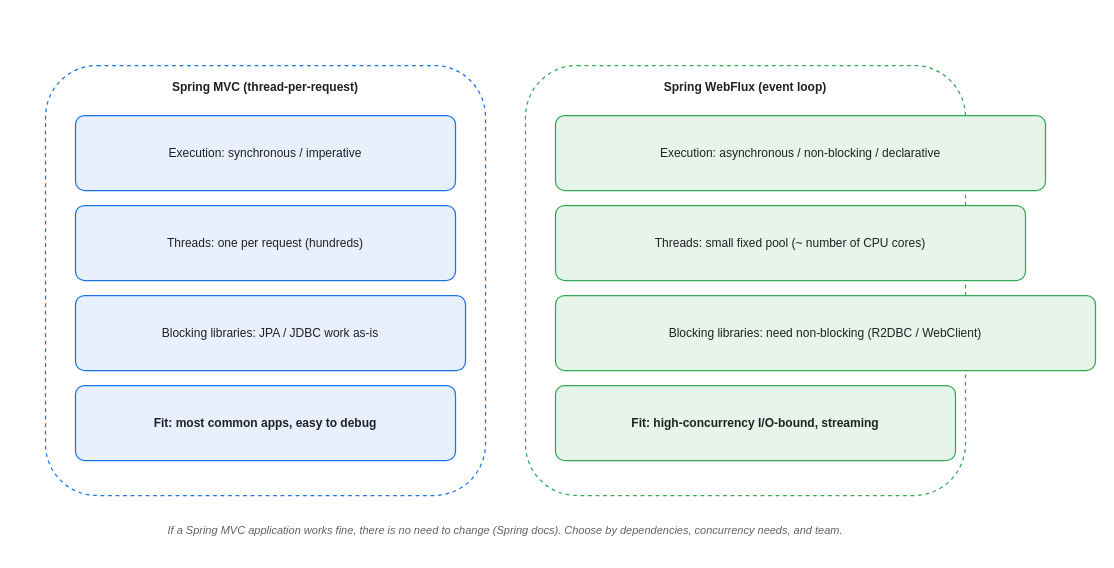
KKamJi98/kkamji98.github.io keeps this draw.io diagram as assets/img/spring/spring-13-mvc-vs-webflux.drawio. Above is the earlier version. Source tidied: cells renumbered, new cells numbered last; positions are measured from the earlier drawing's top-left corner, leaving out a move shared by most shapes. Both pictures are drawn from the tidied source at 100%, with x=0, y=0 at pixel (45, 65).
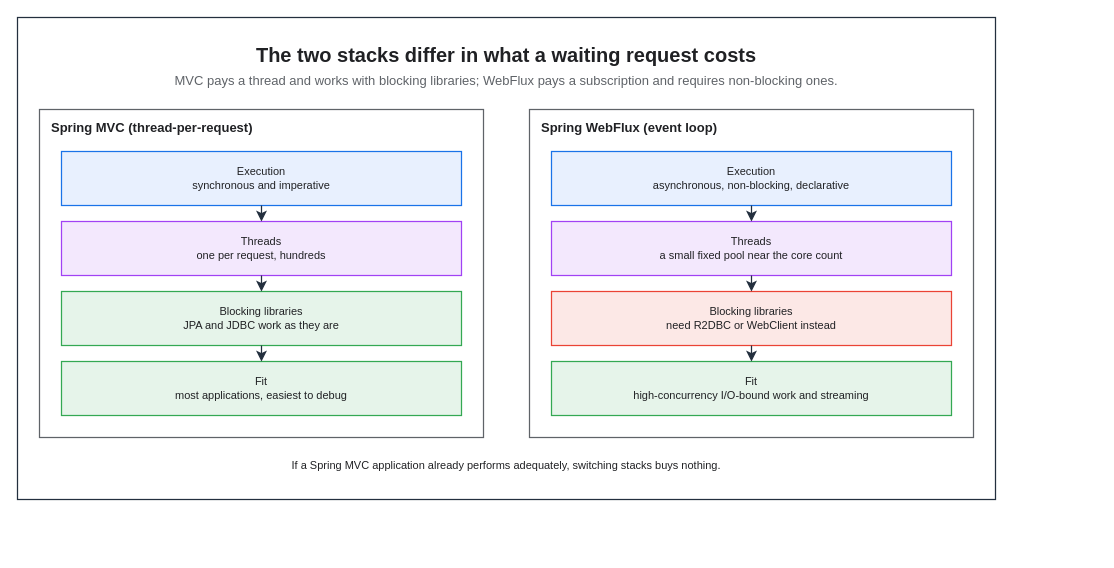
After the change.

The edit, as a diff of the source:
```diff
@@
+    <mxCell id="13" style="rounded=0;html=0;fillColor=none;strokeColor=#232F3E;fontColor=#202124;strokeWidth=1.25;" parent="1" vertex="1">
+      <mxGeometry x="-28" y="-48" width="978" height="482" as="geometry" />
+    </mxCell>
+    <mxCell id="14" value="The two stacks differ in what a waiting request costs" style="text;html=0;whiteSpace=wrap;fillColor=none;strokeColor=none;fontColor=#202124;fontSize=20;fontStyle=1;align=center;verticalAlign=middle;" parent="1" vertex="1">
+      <mxGeometry x="-6" y="-26" width="934" height="30" as="geometry" />
+    </mxCell>
+    <mxCell id="15" value="MVC pays a thread and works with blocking libraries; WebFlux pays a subscription and requires non-blocking ones." style="text;html=0;whiteSpace=wrap;fillColor=none;strokeColor=none;fontColor=#5F6368;fontSize=13;fontStyle=0;align=center;verticalAlign=middle;" parent="1" vertex="1">
+      <mxGeometry x="-6" y="4" width="934" height="22" as="geometry" />
+    </mxCell>
-    <mxCell id="2" value="Spring MVC (thread-per-request)" style="rounded=1;whiteSpace=wrap;html=0;arcSize=12;shadow=0;fillColor=#FFFFFF;strokeColor=#1A73E8;fontColor=#202124;fontStyle=1;verticalAlign=top;align=center;dashed=1;spacingTop=8;strokeWidth=1.25;" parent="1" vertex="1">
-      <mxGeometry width="440" height="430" as="geometry" />
+    <mxCell id="2" value="Spring MVC (thread-per-request)" style="rounded=0;whiteSpace=wrap;html=0;fillColor=none;strokeColor=#5F6368;fontColor=#202124;fontSize=13;fontStyle=1;align=left;verticalAlign=top;spacingLeft=10;spacingTop=4;strokeWidth=1.25;dashed=0;" parent="1" vertex="1">
+      <mxGeometry x="-6" y="44" width="444" height="328" as="geometry" />
     </mxCell>
+    <mxCell id="7" value="Spring WebFlux (event loop)" style="rounded=0;whiteSpace=wrap;html=0;fillColor=none;strokeColor=#5F6368;fontColor=#202124;fontSize=13;fontStyle=1;align=left;verticalAlign=top;spacingLeft=10;spacingTop=4;strokeWidth=1.25;dashed=0;" parent="1" vertex="1">
+      <mxGeometry x="484" y="44" width="444" height="328" as="geometry" />
+    </mxCell>
-    <mxCell id="3" value="Execution: synchronous / imperative" style="rounded=1;whiteSpace=wrap;html=0;arcSize=12;shadow=0;fillColor=#E8F0FE;strokeColor=#1A73E8;fontColor=#202124;strokeWidth=1.25;" parent="1" vertex="1">
-      <mxGeometry x="30" y="50" width="380" height="75" as="geometry" />
+    <mxCell id="3" value="Execution&#10;synchronous and imperative" style="rounded=0;whiteSpace=wrap;html=0;fillColor=#E8F0FE;strokeColor=#1A73E8;fontColor=#202124;fontSize=11;fontStyle=0;align=center;verticalAlign=middle;spacingLeft=6;spacingRight=6;strokeWidth=1.25;" parent="1" vertex="1">
+      <mxGeometry x="16" y="86" width="400" height="54" as="geometry" />
     </mxCell>
-    <mxCell id="4" value="Threads: one per request (hundreds)" style="rounded=1;whiteSpace=wrap;html=0;arcSize=12;shadow=0;fillColor=#E8F0FE;strokeColor=#1A73E8;fontColor=#202124;strokeWidth=1.25;" parent="1" vertex="1">
-      <mxGeometry x="30" y="140" width="380" height="75" as="geometry" />
+    <mxCell id="4" value="Threads&#10;one per request, hundreds" style="rounded=0;whiteSpace=wrap;html=0;fillColor=#F3E8FD;strokeColor=#A142F4;fontColor=#202124;fontSize=11;fontStyle=0;align=center;verticalAlign=middle;spacingLeft=6;spacingRight=6;strokeWidth=1.25;" parent="1" vertex="1">
+      <mxGeometry x="16" y="156" width="400" height="54" as="geometry" />
     </mxCell>
-    <mxCell id="5" value="Blocking libraries: JPA / JDBC work as-is" style="rounded=1;whiteSpace=wrap;html=0;arcSize=12;shadow=0;fillColor=#E8F0FE;strokeColor=#1A73E8;fontColor=#202124;strokeWidth=1.25;" parent="1" vertex="1">
-      <mxGeometry x="30" y="230" width="390" height="75" as="geometry" />
+    <mxCell id="5" value="Blocking libraries&#10;JPA and JDBC work as they are" style="rounded=0;whiteSpace=wrap;html=0;fillColor=#E6F4EA;strokeColor=#34A853;fontColor=#202124;fontSize=11;fontStyle=0;align=center;verticalAlign=middle;spacingLeft=6;spacingRight=6;strokeWidth=1.25;" parent="1" vertex="1">
+      <mxGeometry x="16" y="226" width="400" height="54" as="geometry" />
     </mxCell>
-    <mxCell id="6" value="Fit: most common apps, easy to debug" style="rounded=1;whiteSpace=wrap;html=0;arcSize=12;shadow=0;fillColor=#E8F0FE;strokeColor=#1A73E8;fontColor=#202124;fontStyle=1;strokeWidth=1.25;" parent="1" vertex="1">
-      <mxGeometry x="30" y="320" width="380" height="75" as="geometry" />
+    <mxCell id="6" value="Fit&#10;most applications, easiest to debug" style="rounded=0;whiteSpace=wrap;html=0;fillColor=#E6F4EA;strokeColor=#34A853;fontColor=#202124;fontSize=11;fontStyle=0;align=center;verticalAlign=middle;spacingLeft=6;spacingRight=6;strokeWidth=1.25;" parent="1" vertex="1">
+      <mxGeometry x="16" y="296" width="400" height="54" as="geometry" />
     </mxCell>
-    <mxCell id="7" value="Spring WebFlux (event loop)" style="rounded=1;whiteSpace=wrap;html=0;arcSize=12;shadow=0;fillColor=#FFFFFF;strokeColor=#34A853;fontColor=#202124;fontStyle=1;verticalAlign=top;align=center;dashed=1;spacingTop=8;strokeWidth=1.25;" parent="1" vertex="1">
-      <mxGeometry x="480" width="440" height="430" as="geometry" />
-    </mxCell>
-    <mxCell id="8" value="Execution: asynchronous / non-blocking / declarative" style="rounded=1;whiteSpace=wrap;html=0;arcSize=12;shadow=0;fillColor=#E6F4EA;strokeColor=#34A853;fontColor=#202124;strokeWidth=1.25;" parent="1" vertex="1">
-      <mxGeometry x="510" y="50" width="490" height="75" as="geometry" />
+    <mxCell id="8" value="Execution&#10;asynchronous, non-blocking, declarative" style="rounded=0;whiteSpace=wrap;html=0;fillColor=#E8F0FE;strokeColor=#1A73E8;fontColor=#202124;fontSize=11;fontStyle=0;align=center;verticalAlign=middle;spacingLeft=6;spacingRight=6;strokeWidth=1.25;" parent="1" vertex="1">
+      <mxGeometry x="506" y="86" width="400" height="54" as="geometry" />
     </mxCell>
-    <mxCell id="9" value="Threads: small fixed pool (~ number of CPU cores)" style="rounded=1;whiteSpace=wrap;html=0;arcSize=12;shadow=0;fillColor=#E6F4EA;strokeColor=#34A853;fontColor=#202124;strokeWidth=1.25;" parent="1" vertex="1">
-      <mxGeometry x="510" y="140" width="470" height="75" as="geometry" />
+    <mxCell id="9" value="Threads&#10;a small fixed pool near the core count" style="rounded=0;whiteSpace=wrap;html=0;fillColor=#F3E8FD;strokeColor=#A142F4;fontColor=#202124;fontSize=11;fontStyle=0;align=center;verticalAlign=middle;spacingLeft=6;spacingRight=6;strokeWidth=1.25;" parent="1" vertex="1">
+      <mxGeometry x="506" y="156" width="400" height="54" as="geometry" />
     </mxCell>
-    <mxCell id="10" value="Blocking libraries: need non-blocking (R2DBC / WebClient)" style="rounded=1;whiteSpace=wrap;html=0;arcSize=12;shadow=0;fillColor=#E6F4EA;strokeColor=#34A853;fontColor=#202124;strokeWidth=1.25;" parent="1" vertex="1">
-      <mxGeometry x="510" y="230" width="540" height="75" as="geometry" />
+    <mxCell id="10" value="Blocking libraries&#10;need R2DBC or WebClient instead" style="rounded=0;whiteSpace=wrap;html=0;fillColor=#FCE8E6;strokeColor=#EA4335;fontColor=#202124;fontSize=11;fontStyle=0;align=center;verticalAlign=middle;spacingLeft=6;spacingRight=6;strokeWidth=1.25;" parent="1" vertex="1">
+      <mxGeometry x="506" y="226" width="400" height="54" as="geometry" />
     </mxCell>
-    <mxCell id="11" value="Fit: high-concurrency I/O-bound, streaming" style="rounded=1;whiteSpace=wrap;html=0;arcSize=12;shadow=0;fillColor=#E6F4EA;strokeColor=#34A853;fontColor=#202124;fontStyle=1;strokeWidth=1.25;" parent="1" vertex="1">
-      <mxGeometry x="510" y="320" width="400" height="75" as="geometry" />
+    <mxCell id="11" value="Fit&#10;high-concurrency I/O-bound work and streaming" style="rounded=0;whiteSpace=wrap;html=0;fillColor=#E6F4EA;strokeColor=#34A853;fontColor=#202124;fontSize=11;fontStyle=0;align=center;verticalAlign=middle;spacingLeft=6;spacingRight=6;strokeWidth=1.25;" parent="1" vertex="1">
+      <mxGeometry x="506" y="296" width="400" height="54" as="geometry" />
     </mxCell>
-    <mxCell id="12" value="If a Spring MVC application works fine, there is no need to change (Spring docs). Choose by dependencies, concurrency needs, and team." style="text;html=0;align=center;verticalAlign=middle;whiteSpace=wrap;fontSize=11;fontColor=#5F6368;fontStyle=2;" parent="1" vertex="1">
-      <mxGeometry y="445" width="920" height="40" as="geometry" />
-    </mxCell>
+    <mxCell id="16" value="If a Spring MVC application already performs adequately, switching stacks buys nothing." style="text;html=0;whiteSpace=wrap;fillColor=none;strokeColor=none;fontColor=#202124;fontSize=11;fontStyle=0;align=center;verticalAlign=middle;" parent="1" vertex="1">
+      <mxGeometry x="16" y="388" width="890" height="24" as="geometry" />
+    </mxCell>
+    <mxCell id="17" style="edgeStyle=orthogonalEdgeStyle;rounded=0;html=0;strokeColor=#232F3E;strokeWidth=1.25;endArrow=classic;endFill=1;endSize=7;fontSize=11;fontColor=#202124;labelBackgroundColor=none;jettySize=14;exitX=0.5;exitY=1;entryX=0.5;entryY=0;exitDx=0;exitDy=0;entryDx=0;entryDy=0;" parent="1" edge="1" source="3" target="4">
+      <mxGeometry relative="1" as="geometry" />
+    </mxCell>
+    <mxCell id="18" style="edgeStyle=orthogonalEdgeStyle;rounded=0;html=0;strokeColor=#232F3E;strokeWidth=1.25;endArrow=classic;endFill=1;endSize=7;fontSize=11;fontColor=#202124;labelBackgroundColor=none;jettySize=14;exitX=0.5;exitY=1;entryX=0.5;entryY=0;exitDx=0;exitDy=0;entryDx=0;entryDy=0;" parent="1" edge="1" source="4" target="5">
+      <mxGeometry relative="1" as="geometry" />
+    </mxCell>
+    <mxCell id="19" style="edgeStyle=orthogonalEdgeStyle;rounded=0;html=0;strokeColor=#232F3E;strokeWidth=1.25;endArrow=classic;endFill=1;endSize=7;fontSize=11;fontColor=#202124;labelBackgroundColor=none;jettySize=14;exitX=0.5;exitY=1;entryX=0.5;entryY=0;exitDx=0;exitDy=0;entryDx=0;entryDy=0;" parent="1" edge="1" source="5" target="6">
+      <mxGeometry relative="1" as="geometry" />
+    </mxCell>
+    <mxCell id="20" style="edgeStyle=orthogonalEdgeStyle;rounded=0;html=0;strokeColor=#232F3E;strokeWidth=1.25;endArrow=classic;endFill=1;endSize=7;fontSize=11;fontColor=#202124;labelBackgroundColor=none;jettySize=14;exitX=0.5;exitY=1;entryX=0.5;entryY=0;exitDx=0;exitDy=0;entryDx=0;entryDy=0;" parent="1" edge="1" source="8" target="9">
+      <mxGeometry relative="1" as="geometry" />
+    </mxCell>
+    <mxCell id="21" style="edgeStyle=orthogonalEdgeStyle;rounded=0;html=0;strokeColor=#232F3E;strokeWidth=1.25;endArrow=classic;endFill=1;endSize=7;fontSize=11;fontColor=#202124;labelBackgroundColor=none;jettySize=14;exitX=0.5;exitY=1;entryX=0.5;entryY=0;exitDx=0;exitDy=0;entryDx=0;entryDy=0;" parent="1" edge="1" source="9" target="10">
+      <mxGeometry relative="1" as="geometry" />
+    </mxCell>
+    <mxCell id="22" style="edgeStyle=orthogonalEdgeStyle;rounded=0;html=0;strokeColor=#232F3E;strokeWidth=1.25;endArrow=classic;endFill=1;endSize=7;fontSize=11;fontColor=#202124;labelBackgroundColor=none;jettySize=14;exitX=0.5;exitY=1;entryX=0.5;entryY=0;exitDx=0;exitDy=0;entryDx=0;entryDy=0;" parent="1" edge="1" source="10" target="11">
+      <mxGeometry relative="1" as="geometry" />
+    </mxCell>
```
